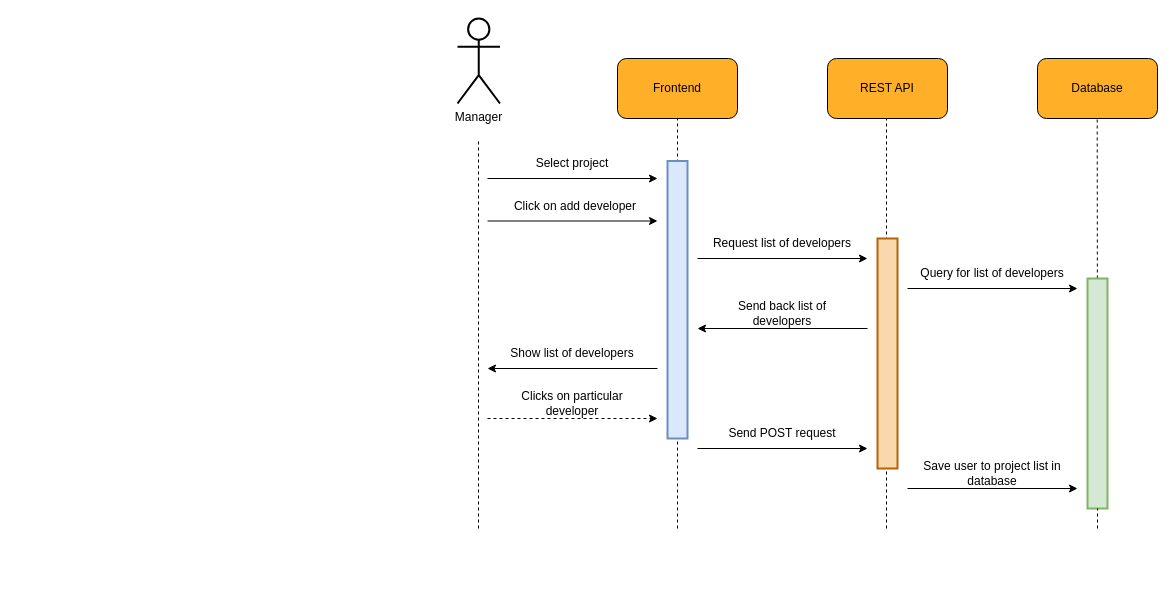
Earlier version of the draw.io diagram diagrams/collaboration/cd-13.drawio (usman1100/fyp-documentation). Source tidied: cells renumbered, new cells numbered last; positions are measured from the earlier drawing's top-left corner, leaving out a move shared by most shapes. Both pictures are drawn from the tidied source at 100%, with x=0, y=0 at pixel (457, 18).
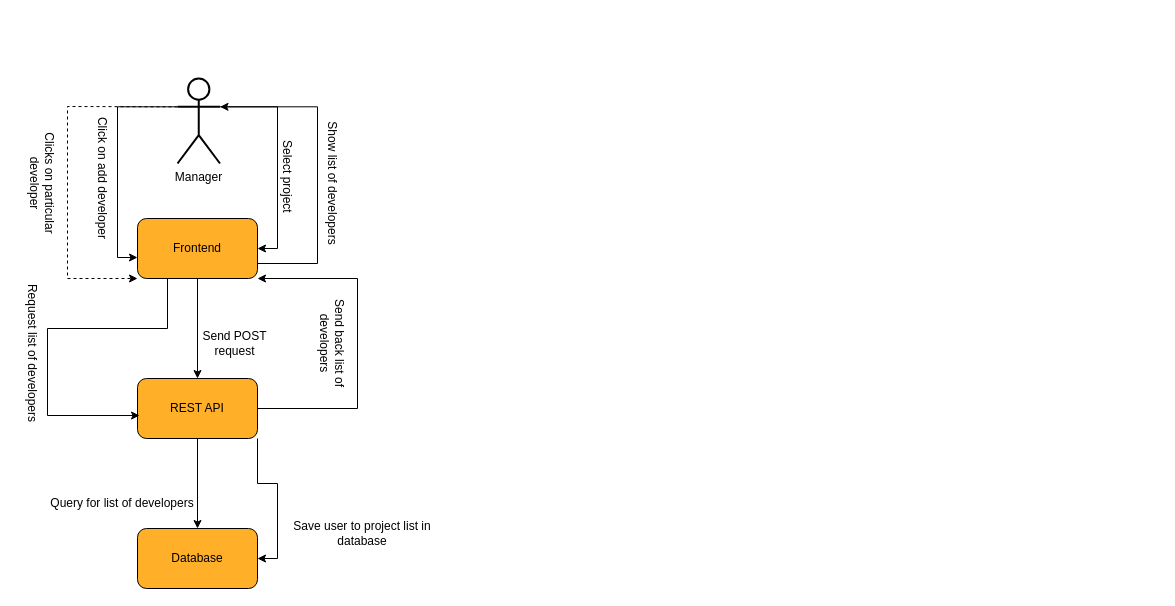
The same page after the edit.

The change refers to these unchanged cells:
```xml
<mxCell id="4" style="rounded=1;whiteSpace=wrap;html=1;fillColor=#FFAF28;fontSize=12;" parent="3" vertex="1">
  <mxGeometry width="120" height="60" as="geometry" />
</mxCell>
<mxCell id="7" style="rounded=1;whiteSpace=wrap;html=1;fillColor=#FFAF28;fontSize=12;" parent="6" vertex="1">
  <mxGeometry width="120" height="60" as="geometry" />
</mxCell>
<mxCell id="13" style="rounded=1;whiteSpace=wrap;html=1;fillColor=#FFAF28;fontSize=12;" parent="12" vertex="1">
  <mxGeometry width="120" height="60" as="geometry" />
</mxCell>
```

The edit, as a diff of the source:
```diff
@@
-    <mxCell id="2" style="endArrow=none;dashed=1;html=1;rounded=0;jumpSize=6;strokeWidth=1;startArrow=none;fontSize=12;" parent="1" edge="1">
-      <mxGeometry relative="1" as="geometry">
-        <mxPoint x="429" y="510" as="sourcePoint" />
-        <mxPoint x="429" y="100" as="targetPoint" />
-      </mxGeometry>
-    </mxCell>
     <mxCell id="3" style="group;fontSize=12;" parent="1" vertex="1">
-      <mxGeometry x="160" y="40" width="120" height="60" as="geometry" />
+      <mxGeometry x="-320" y="200" width="120" height="60" as="geometry" />
     </mxCell>
@@
     <mxCell id="6" style="group;fontSize=12;" parent="1" vertex="1">
-      <mxGeometry x="370" y="40" width="120" height="60" as="geometry" />
+      <mxGeometry x="-320" y="360" width="120" height="60" as="geometry" />
     </mxCell>
@@
-    <mxCell id="9" style="endArrow=none;dashed=1;html=1;rounded=0;entryX=0.5;entryY=1;entryDx=0;entryDy=0;jumpSize=6;strokeWidth=1;fontSize=12;" parent="1" edge="1" target="4">
-      <mxGeometry relative="1" as="geometry">
-        <mxPoint x="220" y="510" as="sourcePoint" />
-      </mxGeometry>
-    </mxCell>
+    <mxCell id="40" style="edgeStyle=orthogonalEdgeStyle;rounded=0;jettySize=auto;html=1;exitX=1;exitY=0.3333333333333333;exitDx=0;exitDy=0;exitPerimeter=0;" parent="1" edge="1" source="10">
+      <mxGeometry relative="1" as="geometry">
+        <mxPoint x="-200" y="230" as="targetPoint" />
+        <Array as="points">
+          <mxPoint x="-180" y="88" />
+          <mxPoint x="-180" y="230" />
+        </Array>
+      </mxGeometry>
+    </mxCell>
+    <mxCell id="41" style="edgeStyle=orthogonalEdgeStyle;rounded=0;jettySize=auto;html=1;exitX=0;exitY=0.3333333333333333;exitDx=0;exitDy=0;exitPerimeter=0;entryX=0;entryY=0.65;entryDx=0;entryDy=0;entryPerimeter=0;" parent="1" edge="1" source="10" target="4">
+      <mxGeometry relative="1" as="geometry" />
+    </mxCell>
     <mxCell id="10" value="Manager" style="shape=umlActor;verticalLabelPosition=bottom;verticalAlign=top;html=1;outlineConnect=0;rounded=1;strokeWidth=2;fontSize=12;" parent="1" vertex="1">
-      <mxGeometry width="42.5" height="85" as="geometry" />
+      <mxGeometry x="-280" y="60" width="42.5" height="85" as="geometry" />
     </mxCell>
-    <mxCell id="11" style="endArrow=none;dashed=1;html=1;rounded=0;jumpSize=6;strokeWidth=1;fontSize=12;" parent="1" edge="1">
-      <mxGeometry relative="1" as="geometry">
-        <mxPoint x="21" y="510" as="sourcePoint" />
-        <mxPoint x="21" y="120" as="targetPoint" />
-      </mxGeometry>
-    </mxCell>
     <mxCell id="12" style="group;fontSize=12;" parent="1" vertex="1">
-      <mxGeometry x="580" y="40" width="120" height="60" as="geometry" />
+      <mxGeometry x="-320" y="510" width="120" height="60" as="geometry" />
     </mxCell>
@@
-    <mxCell id="15" style="endArrow=none;dashed=1;html=1;rounded=0;jumpSize=6;strokeWidth=1;fontSize=12;startArrow=none;" parent="1" edge="1" source="38">
-      <mxGeometry relative="1" as="geometry">
-        <mxPoint x="639.7" y="100" as="targetPoint" />
-      </mxGeometry>
-    </mxCell>
-    <mxCell id="16" style="endArrow=classic;html=1;rounded=0;" parent="1" edge="1">
-      <mxGeometry relative="1" as="geometry">
-        <mxPoint x="30" y="160" as="sourcePoint" />
-        <mxPoint x="200" y="160" as="targetPoint" />
-      </mxGeometry>
-    </mxCell>
+    <mxCell id="19" value="Click on add developer" style="text;html=1;strokeColor=none;fillColor=none;align=center;verticalAlign=middle;whiteSpace=wrap;rounded=0;rotation=90;" parent="1" vertex="1">
+      <mxGeometry x="-430" y="145" width="150" height="30" as="geometry" />
+    </mxCell>
+    <mxCell id="21" value="Request list of developers" style="text;html=1;strokeColor=none;fillColor=none;align=center;verticalAlign=middle;whiteSpace=wrap;rounded=0;rotation=90;" parent="1" vertex="1">
+      <mxGeometry x="-500" y="320" width="150" height="30" as="geometry" />
+    </mxCell>
+    <mxCell id="23" value="Query for list of developers" style="text;html=1;strokeColor=none;fillColor=none;align=center;verticalAlign=middle;whiteSpace=wrap;rounded=0;" parent="1" vertex="1">
+      <mxGeometry x="-410" y="470" width="150" height="30" as="geometry" />
+    </mxCell>
+    <mxCell id="31" value="Clicks on particular developer" style="text;html=1;strokeColor=none;fillColor=none;align=center;verticalAlign=middle;whiteSpace=wrap;rounded=0;rotation=90;" parent="1" vertex="1">
+      <mxGeometry x="-490" y="150" width="150" height="30" as="geometry" />
+    </mxCell>
+    <mxCell id="33" value="Send POST request" style="text;html=1;strokeColor=none;fillColor=none;align=center;verticalAlign=middle;whiteSpace=wrap;rounded=0;rotation=0;" parent="1" vertex="1">
+      <mxGeometry x="-270" y="320" width="95" height="10" as="geometry" />
+    </mxCell>
+    <mxCell id="35" value="Save user to project list in database" style="text;html=1;strokeColor=none;fillColor=none;align=center;verticalAlign=middle;whiteSpace=wrap;rounded=0;" parent="1" vertex="1">
+      <mxGeometry x="-170" y="500" width="150" height="30" as="geometry" />
+    </mxCell>
+    <mxCell id="42" style="edgeStyle=orthogonalEdgeStyle;rounded=0;jettySize=auto;html=1;exitX=1;exitY=0.75;exitDx=0;exitDy=0;entryX=1;entryY=0.3333333333333333;entryDx=0;entryDy=0;entryPerimeter=0;" parent="1" edge="1" source="4" target="10">
+      <mxGeometry relative="1" as="geometry">
+        <Array as="points">
+          <mxPoint x="-140" y="245" />
+          <mxPoint x="-140" y="88" />
+        </Array>
+      </mxGeometry>
+    </mxCell>
+    <mxCell id="30" style="endArrow=classic;html=1;rounded=0;dashed=1;entryX=0;entryY=1;entryDx=0;entryDy=0;exitX=0;exitY=0.3333333333333333;exitDx=0;exitDy=0;exitPerimeter=0;" parent="1" edge="1" source="10" target="4">
+      <mxGeometry relative="1" as="geometry">
+        <Array as="points">
+          <mxPoint x="-390" y="88" />
+          <mxPoint x="-390" y="260" />
+        </Array>
+      </mxGeometry>
+    </mxCell>
+    <mxCell id="29" value="Show list of developers" style="text;html=1;strokeColor=none;fillColor=none;align=center;verticalAlign=middle;whiteSpace=wrap;rounded=0;rotation=90;" parent="1" vertex="1">
+      <mxGeometry x="-200" y="150" width="150" height="30" as="geometry" />
+    </mxCell>
-    <mxCell id="17" value="Select project" style="text;html=1;strokeColor=none;fillColor=none;align=center;verticalAlign=middle;whiteSpace=wrap;rounded=0;" parent="1" vertex="1">
-      <mxGeometry x="40" y="130" width="150" height="30" as="geometry" />
+    <mxCell id="17" value="Select project" style="text;html=1;strokeColor=none;fillColor=none;align=center;verticalAlign=middle;whiteSpace=wrap;rounded=0;rotation=90;" parent="1" vertex="1">
+      <mxGeometry x="-250" y="142.5" width="160" height="31.7" as="geometry" />
     </mxCell>
-    <mxCell id="18" style="endArrow=classic;html=1;rounded=0;" parent="1" edge="1">
-      <mxGeometry relative="1" as="geometry">
-        <mxPoint x="30" y="202.5" as="sourcePoint" />
-        <mxPoint x="200" y="202.5" as="targetPoint" />
-      </mxGeometry>
-    </mxCell>
-    <mxCell id="19" value="Click on add developer" style="text;html=1;strokeColor=none;fillColor=none;align=center;verticalAlign=middle;whiteSpace=wrap;rounded=0;" parent="1" vertex="1">
-      <mxGeometry x="42.5" y="172.5" width="150" height="30" as="geometry" />
-    </mxCell>
-    <mxCell id="20" style="endArrow=classic;html=1;rounded=0;" parent="1" edge="1">
-      <mxGeometry relative="1" as="geometry">
-        <mxPoint x="240" y="240" as="sourcePoint" />
-        <mxPoint x="410" y="240" as="targetPoint" />
-      </mxGeometry>
-    </mxCell>
-    <mxCell id="21" value="Request list of developers" style="text;html=1;strokeColor=none;fillColor=none;align=center;verticalAlign=middle;whiteSpace=wrap;rounded=0;" parent="1" vertex="1">
-      <mxGeometry x="250" y="210" width="150" height="30" as="geometry" />
-    </mxCell>
-    <mxCell id="22" style="endArrow=classic;html=1;rounded=0;" parent="1" edge="1">
-      <mxGeometry relative="1" as="geometry">
-        <mxPoint x="450" y="270" as="sourcePoint" />
-        <mxPoint x="620" y="270" as="targetPoint" />
-      </mxGeometry>
-    </mxCell>
-    <mxCell id="23" value="Query for list of developers" style="text;html=1;strokeColor=none;fillColor=none;align=center;verticalAlign=middle;whiteSpace=wrap;rounded=0;" parent="1" vertex="1">
-      <mxGeometry x="460" y="240" width="150" height="30" as="geometry" />
-    </mxCell>
-    <mxCell id="24" style="group;" parent="1" vertex="1">
-      <mxGeometry x="240" y="280" width="170" height="30" as="geometry" />
-    </mxCell>
-    <mxCell id="25" style="endArrow=classic;html=1;rounded=0;" parent="24" edge="1">
-      <mxGeometry relative="1" as="geometry">
-        <mxPoint x="170" y="30" as="sourcePoint" />
-        <mxPoint y="30" as="targetPoint" />
-      </mxGeometry>
-    </mxCell>
+    <mxCell id="43" style="edgeStyle=orthogonalEdgeStyle;rounded=0;jettySize=auto;html=1;exitX=0.5;exitY=1;exitDx=0;exitDy=0;entryX=0.5;entryY=0;entryDx=0;entryDy=0;" parent="1" edge="1" source="4" target="7">
+      <mxGeometry relative="1" as="geometry" />
+    </mxCell>
+    <mxCell id="44" style="edgeStyle=orthogonalEdgeStyle;rounded=0;jettySize=auto;html=1;exitX=1;exitY=0.5;exitDx=0;exitDy=0;entryX=1;entryY=1;entryDx=0;entryDy=0;" parent="1" edge="1" source="7" target="4">
+      <mxGeometry relative="1" as="geometry">
+        <Array as="points">
+          <mxPoint x="-100" y="390" />
+          <mxPoint x="-100" y="260" />
+        </Array>
+      </mxGeometry>
+    </mxCell>
+    <mxCell id="45" style="edgeStyle=orthogonalEdgeStyle;rounded=0;jettySize=auto;html=1;exitX=0.25;exitY=1;exitDx=0;exitDy=0;entryX=0.017;entryY=0.617;entryDx=0;entryDy=0;entryPerimeter=0;" parent="1" edge="1" source="4" target="7">
+      <mxGeometry relative="1" as="geometry">
+        <Array as="points">
+          <mxPoint x="-290" y="310" />
+          <mxPoint x="-410" y="310" />
+          <mxPoint x="-410" y="397" />
+        </Array>
+      </mxGeometry>
+    </mxCell>
+    <mxCell id="46" style="edgeStyle=orthogonalEdgeStyle;rounded=0;jettySize=auto;html=1;exitX=0.5;exitY=1;exitDx=0;exitDy=0;entryX=0.5;entryY=0;entryDx=0;entryDy=0;" parent="1" edge="1" source="7" target="13">
+      <mxGeometry relative="1" as="geometry" />
+    </mxCell>
+    <mxCell id="47" style="edgeStyle=orthogonalEdgeStyle;rounded=0;jettySize=auto;html=1;exitX=1;exitY=1;exitDx=0;exitDy=0;entryX=1;entryY=0.5;entryDx=0;entryDy=0;" parent="1" edge="1" source="7" target="13">
+      <mxGeometry relative="1" as="geometry" />
+    </mxCell>
-    <mxCell id="26" value="Send back list of developers" style="text;html=1;strokeColor=none;fillColor=none;align=center;verticalAlign=middle;whiteSpace=wrap;rounded=0;" parent="24" vertex="1">
-      <mxGeometry x="10" width="150" height="30" as="geometry" />
+    <mxCell id="26" value="Send back list of developers" style="text;html=1;strokeColor=none;fillColor=none;align=center;verticalAlign=middle;whiteSpace=wrap;rounded=0;rotation=90;" parent="1" vertex="1">
+      <mxGeometry x="-200" y="310" width="150" height="30" as="geometry" />
     </mxCell>
-    <mxCell id="27" style="group;" parent="1" vertex="1">
-      <mxGeometry x="30" y="320" width="170" height="30" as="geometry" />
-    </mxCell>
-    <mxCell id="28" style="endArrow=classic;html=1;rounded=0;" parent="27" edge="1">
-      <mxGeometry relative="1" as="geometry">
-        <mxPoint x="170" y="30" as="sourcePoint" />
-        <mxPoint y="30" as="targetPoint" />
-      </mxGeometry>
-    </mxCell>
-    <mxCell id="29" value="Show list of developers" style="text;html=1;strokeColor=none;fillColor=none;align=center;verticalAlign=middle;whiteSpace=wrap;rounded=0;" parent="27" vertex="1">
-      <mxGeometry x="10" width="150" height="30" as="geometry" />
-    </mxCell>
-    <mxCell id="30" style="endArrow=classic;html=1;rounded=0;dashed=1;" parent="1" edge="1">
-      <mxGeometry relative="1" as="geometry">
-        <mxPoint x="30" y="400" as="sourcePoint" />
-        <mxPoint x="200" y="400" as="targetPoint" />
-      </mxGeometry>
-    </mxCell>
-    <mxCell id="31" value="Clicks on particular developer" style="text;html=1;strokeColor=none;fillColor=none;align=center;verticalAlign=middle;whiteSpace=wrap;rounded=0;" parent="1" vertex="1">
-      <mxGeometry x="40" y="370" width="150" height="30" as="geometry" />
-    </mxCell>
-    <mxCell id="32" style="endArrow=classic;html=1;rounded=0;" parent="1" edge="1">
-      <mxGeometry relative="1" as="geometry">
-        <mxPoint x="240" y="430" as="sourcePoint" />
-        <mxPoint x="410" y="430" as="targetPoint" />
-      </mxGeometry>
-    </mxCell>
-    <mxCell id="33" value="Send POST request" style="text;html=1;strokeColor=none;fillColor=none;align=center;verticalAlign=middle;whiteSpace=wrap;rounded=0;" parent="1" vertex="1">
-      <mxGeometry x="250" y="400" width="150" height="30" as="geometry" />
-    </mxCell>
-    <mxCell id="34" style="endArrow=classic;html=1;rounded=0;" parent="1" edge="1">
-      <mxGeometry relative="1" as="geometry">
-        <mxPoint x="450" y="470" as="sourcePoint" />
-        <mxPoint x="620" y="470" as="targetPoint" />
-      </mxGeometry>
-    </mxCell>
-    <mxCell id="35" value="Save user to project list in database" style="text;html=1;strokeColor=none;fillColor=none;align=center;verticalAlign=middle;whiteSpace=wrap;rounded=0;" parent="1" vertex="1">
-      <mxGeometry x="460" y="440" width="150" height="30" as="geometry" />
-    </mxCell>
-    <mxCell id="36" style="rounded=0;whiteSpace=wrap;html=1;fontSize=12;strokeWidth=2;fillColor=#dae8fc;strokeColor=#6c8ebf;" parent="1" vertex="1">
-      <mxGeometry x="210" y="142.5" width="20" height="277.5" as="geometry" />
-    </mxCell>
-    <mxCell id="37" style="rounded=0;whiteSpace=wrap;html=1;fontSize=12;strokeWidth=2;fillColor=#fad7ac;strokeColor=#b46504;" parent="1" vertex="1">
-      <mxGeometry x="420" y="220" width="20" height="230" as="geometry" />
-    </mxCell>
-    <mxCell id="38" style="rounded=0;whiteSpace=wrap;html=1;fontSize=12;strokeWidth=2;fillColor=#d5e8d4;strokeColor=#82b366;" parent="1" vertex="1">
-      <mxGeometry x="630" y="260" width="20" height="230" as="geometry" />
-    </mxCell>
-    <mxCell id="39" style="endArrow=none;dashed=1;html=1;rounded=0;jumpSize=6;strokeWidth=1;fontSize=12;startArrow=none;" parent="1" edge="1" target="38">
-      <mxGeometry relative="1" as="geometry">
-        <mxPoint x="640" y="510" as="sourcePoint" />
-      </mxGeometry>
-    </mxCell>
```
